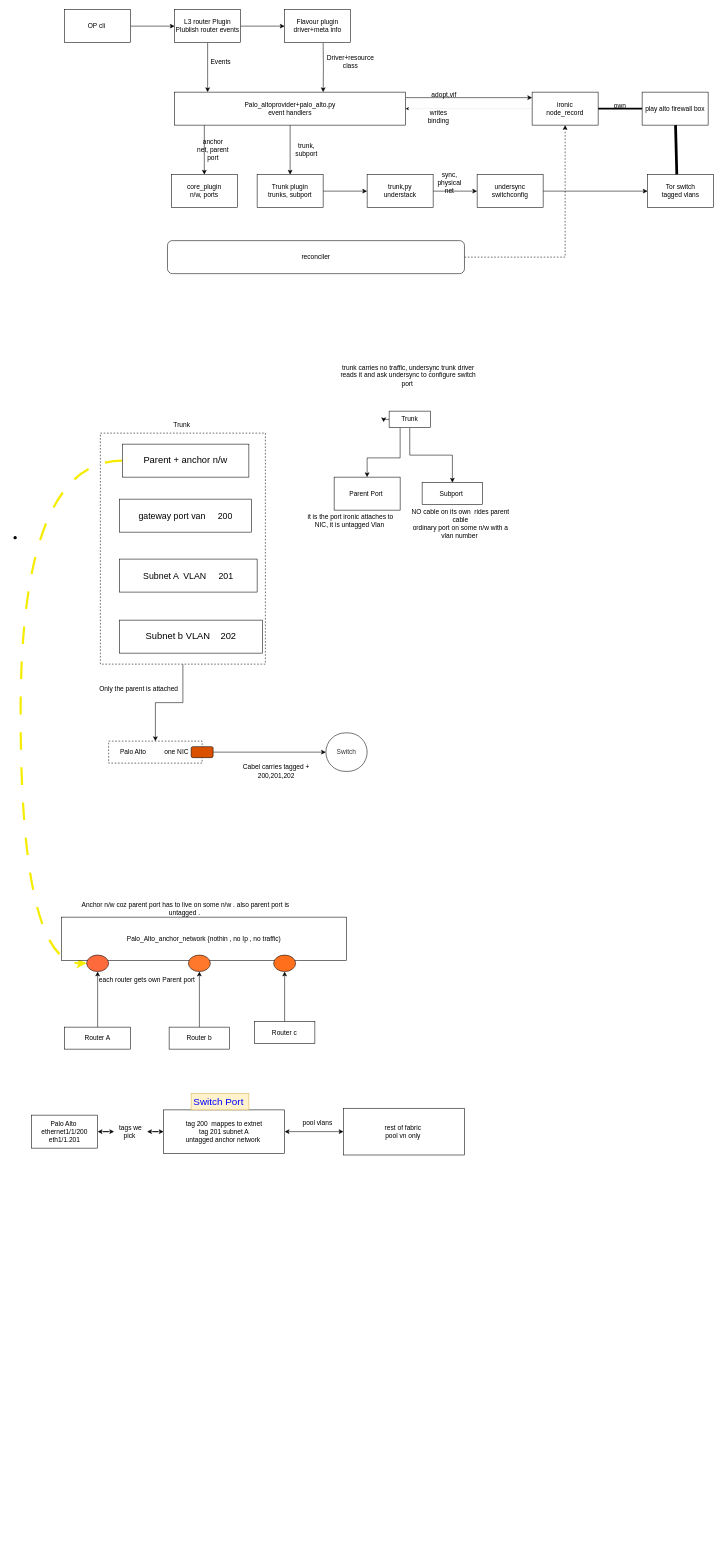
Above: palo.drawio in nidzrai/Flows (draw.io), before the change. Source tidied: cells renumbered, new cells numbered last; positions are measured from the earlier drawing's top-left corner, leaving out a move shared by most shapes. Both pictures are drawn from the tidied source at 55%, with x=0, y=0 at pixel (9, 9).
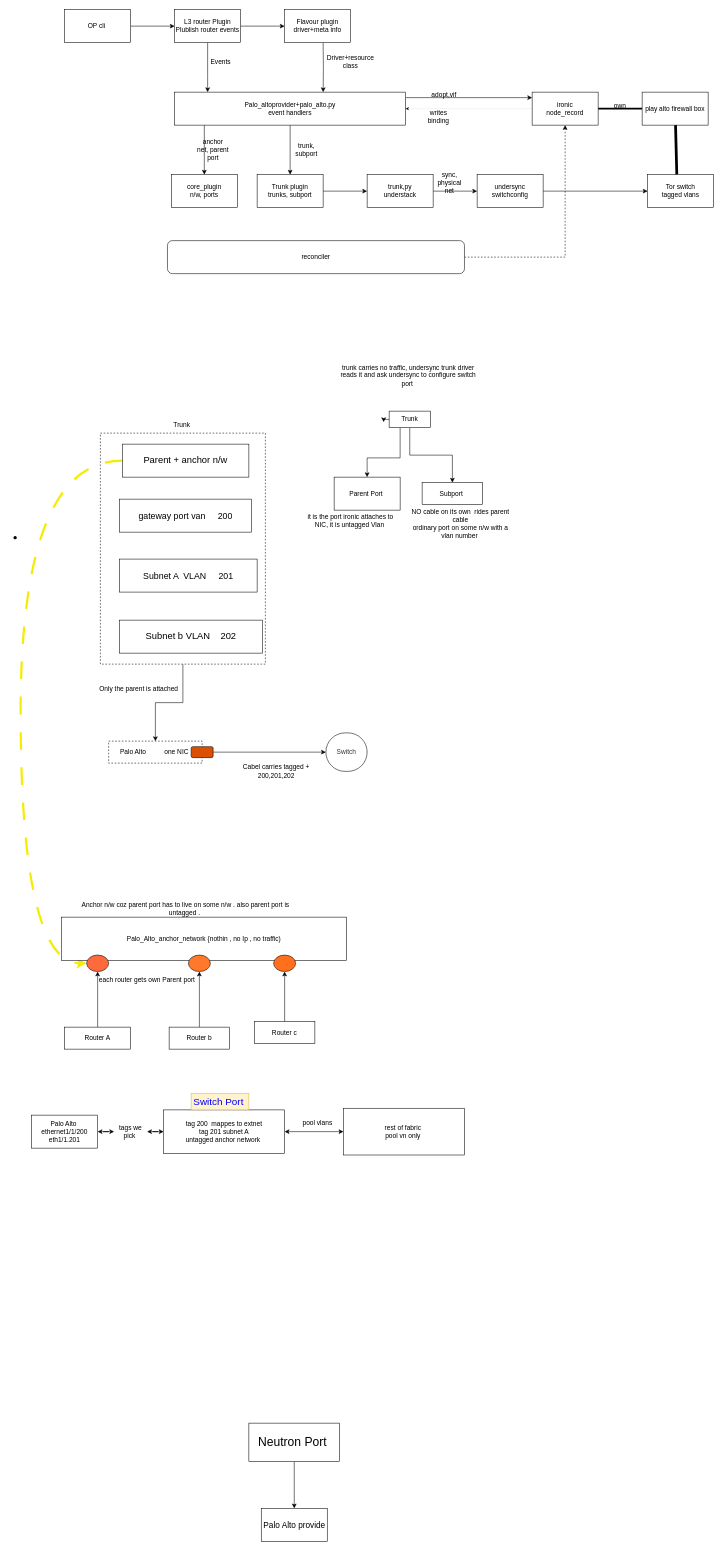
The same page after the edit.

The edit, as a diff of the source:
```diff
@@
+    <mxCell id="81" style="edgeStyle=orthogonalEdgeStyle;rounded=0;jettySize=auto;html=1;fontFamily=Trebuchet MS,Verdana,Arial,sans-serif;fontSize=16;fontColor=light-dark(#333333,#cccccc);" parent="1" edge="1" source="82" target="83">
+      <mxGeometry relative="1" as="geometry" />
+    </mxCell>
+    <mxCell id="82" value="&lt;font style=&quot;font-size: 22px;&quot;&gt;Neutron Port&amp;nbsp;&lt;/font&gt;" style="rounded=0;whiteSpace=wrap;html=1;" parent="1" vertex="1">
+      <mxGeometry x="435" y="2570" width="165" height="70" as="geometry" />
+    </mxCell>
+    <mxCell id="83" value="&lt;font style=&quot;font-size: 15px;&quot;&gt;Palo Alto provide&lt;/font&gt;" style="whiteSpace=wrap;html=1;rounded=0;" parent="1" vertex="1">
+      <mxGeometry x="457.5" y="2725" width="120" height="60" as="geometry" />
+    </mxCell>
```
